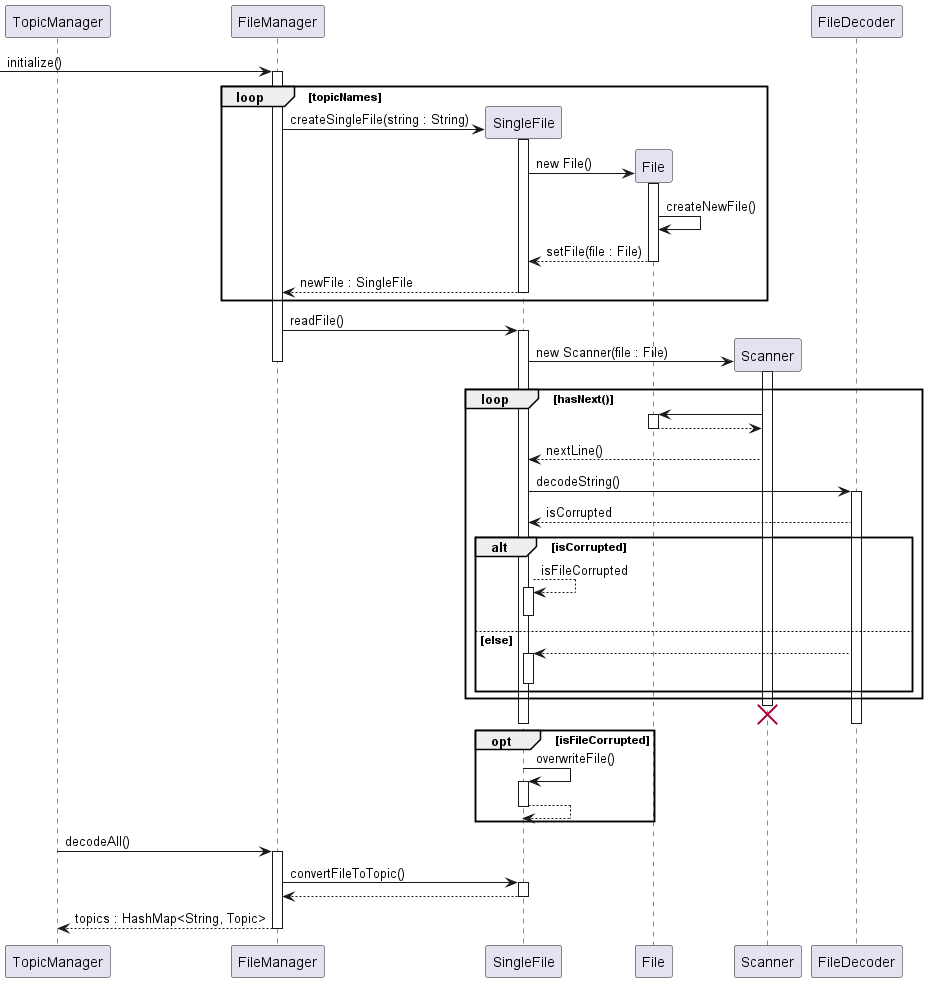
ong-ck/tp keeps this PlantUML diagram as docs/sequence/diagrams/InitializationFileManager.png. Above is the earlier version.
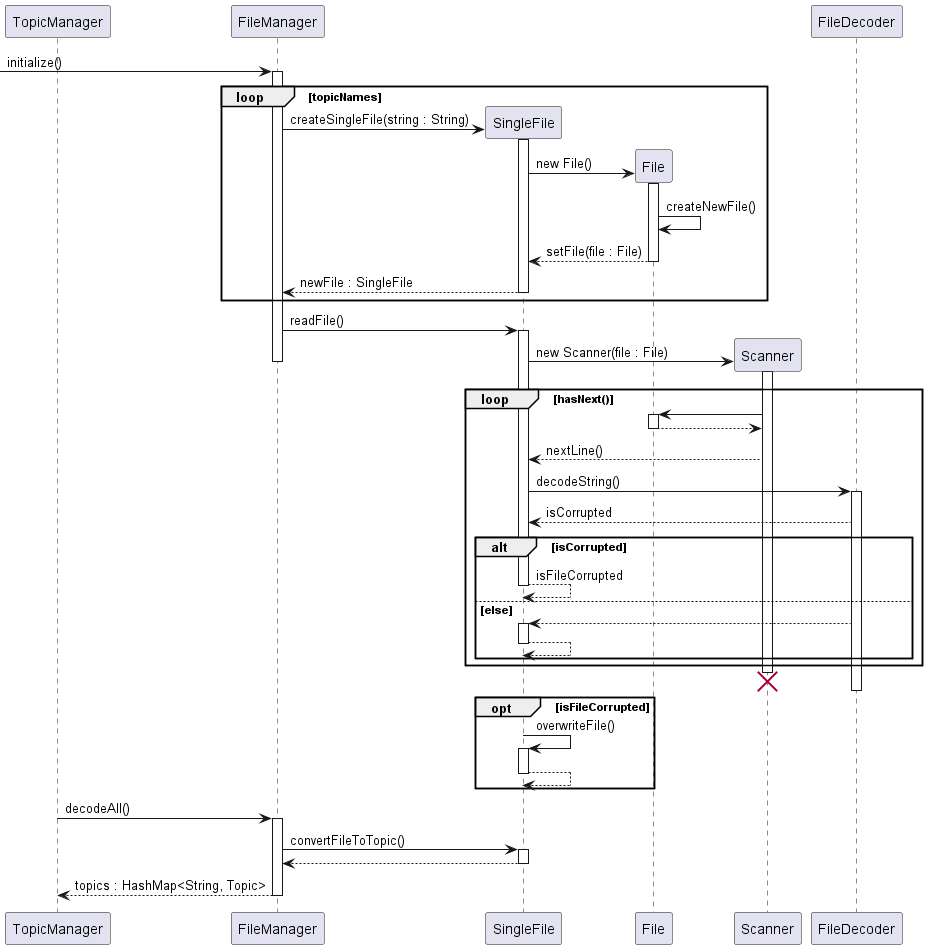
After the change.

Commit message:
Fix: updated sequence diagram with wrong activation box

Change to the diagram source:
```diff
@@ -36,11 +36,11 @@
     fd --> sf : isCorrupted
         alt isCorrupted
         sf --> sf : isFileCorrupted
-        activate sf
         deactivate sf
         else else
         fd --> sf
         activate sf
+        sf-->sf
         deactivate sf
         end
     end
```
